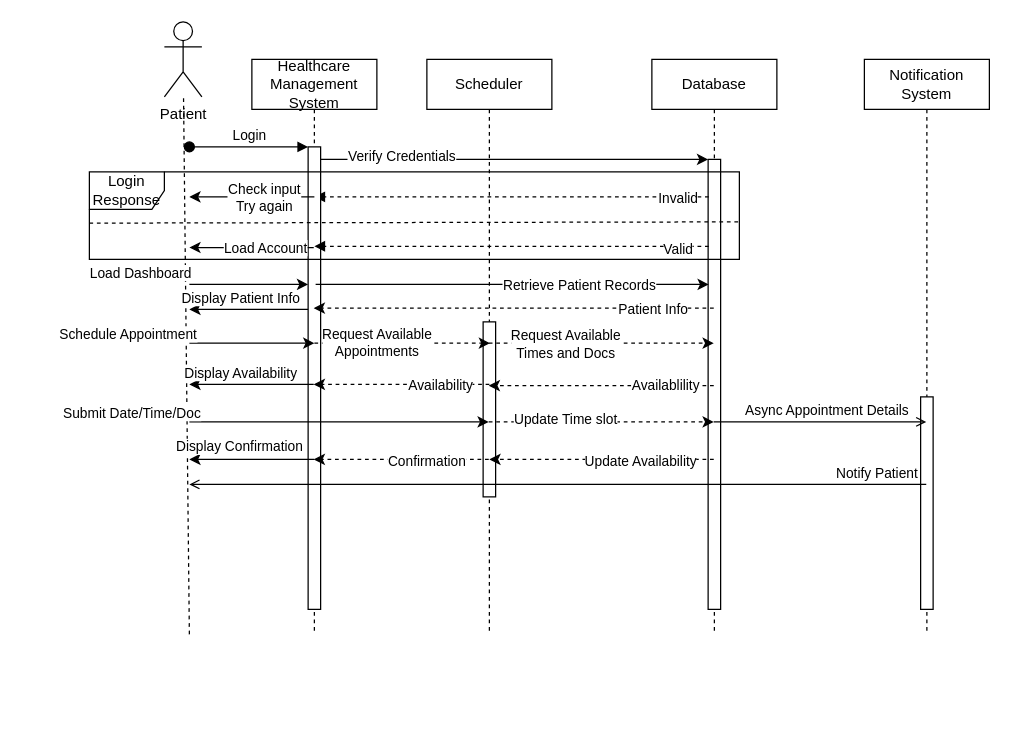
Above: SequenceDiag.drawio in micahsellis/UMLs (draw.io), before the change. Source tidied: cells renumbered, new cells numbered last; positions are measured from the earlier drawing's top-left corner, leaving out a move shared by most shapes. Both pictures are drawn from the tidied source at 125%, with x=0, y=0 at pixel (89, 21).
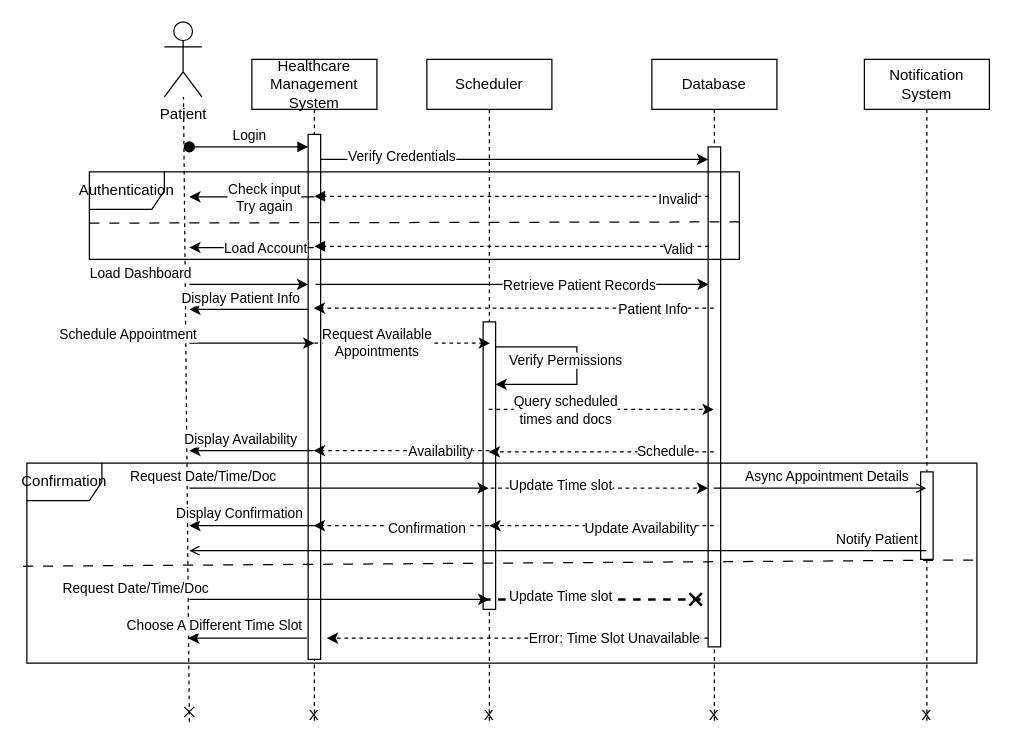
Above is the later version.

Unchanged cells that the change refers to:
```xml
<mxCell id="7" value="Patient" style="shape=umlActor;verticalLabelPosition=bottom;verticalAlign=top;html=1;outlineConnect=0;" parent="1" vertex="1">
  <mxGeometry x="60" width="30" height="60" as="geometry" />
</mxCell>
```

What changed in the source:
```diff
@@
     <mxCell id="2" value="Scheduler" style="shape=umlLifeline;perimeter=lifelinePerimeter;whiteSpace=wrap;html=1;outlineConnect=0;portConstraint=eastwest;newEdgeStyle={&quot;edgeStyle&quot;:&quot;elbowEdgeStyle&quot;,&quot;elbow&quot;:&quot;vertical&quot;,&quot;curved&quot;:0,&quot;rounded&quot;:0};" parent="1" vertex="1">
-      <mxGeometry x="270" y="30" width="100" height="460" as="geometry" />
+      <mxGeometry x="270" y="30" width="100" height="530" as="geometry" />
     </mxCell>
     <mxCell id="3" style="html=1;points=[];perimeter=orthogonalPerimeter;outlineConnect=0;targetShapes=umlLifeline;portConstraint=eastwest;newEdgeStyle={&quot;edgeStyle&quot;:&quot;elbowEdgeStyle&quot;,&quot;elbow&quot;:&quot;vertical&quot;,&quot;curved&quot;:0,&quot;rounded&quot;:0};" parent="2" vertex="1">
-      <mxGeometry x="45" y="210" width="10" height="140" as="geometry" />
+      <mxGeometry x="45" y="210" width="10" height="230" as="geometry" />
     </mxCell>
+    <mxCell id="55" style="endArrow=none;html=1;rounded=0;startArrow=classic;startFill=1;endFill=0;" parent="2" edge="1" source="3" target="3">
+      <mxGeometry relative="1" as="geometry">
+        <Array as="points">
+          <mxPoint x="120" y="260" />
+          <mxPoint x="120" y="230" />
+        </Array>
+      </mxGeometry>
+    </mxCell>
+    <mxCell id="56" value="Verify Permissions" style="edgeLabel;html=1;align=center;verticalAlign=middle;" parent="55" vertex="1">
+      <mxGeometry x="-0.31" y="-2" relative="1" as="geometry">
+        <mxPoint y="-22" as="offset" />
+      </mxGeometry>
+    </mxCell>
     <mxCell id="4" value="Database" style="shape=umlLifeline;perimeter=lifelinePerimeter;whiteSpace=wrap;html=1;newEdgeStyle={&quot;edgeStyle&quot;:&quot;elbowEdgeStyle&quot;,&quot;elbow&quot;:&quot;vertical&quot;,&quot;curved&quot;:0,&quot;rounded&quot;:0};" parent="1" vertex="1">
-      <mxGeometry x="450" y="30" width="100" height="460" as="geometry" />
+      <mxGeometry x="450" y="30" width="100" height="530" as="geometry" />
     </mxCell>
     <mxCell id="5" style="html=1;perimeter=orthogonalPerimeter;targetShapes=umlLifeline;newEdgeStyle={&quot;edgeStyle&quot;:&quot;elbowEdgeStyle&quot;,&quot;elbow&quot;:&quot;vertical&quot;,&quot;curved&quot;:0,&quot;rounded&quot;:0};" parent="4" vertex="1">
-      <mxGeometry x="45" y="80" width="10" height="360" as="geometry" />
+      <mxGeometry x="45" y="70" width="10" height="400" as="geometry" />
     </mxCell>
-    <mxCell id="6" value="Invalid" style="html=1;verticalAlign=bottom;endArrow=block;edgeStyle=elbowEdgeStyle;elbow=horizontal;curved=0;rounded=0;dashed=1;" parent="1" edge="1">
-      <mxGeometry x="-0.84" y="10" relative="1" as="geometry">
-        <mxPoint x="495.5" y="140" as="sourcePoint" />
-        <mxPoint x="180" y="140" as="targetPoint" />
-        <Array as="points">
-          <mxPoint x="370.5" y="140" />
-          <mxPoint x="420.5" y="140" />
-        </Array>
-      </mxGeometry>
-    </mxCell>
@@
     <mxCell id="8" value="Notification System" style="shape=umlLifeline;perimeter=lifelinePerimeter;whiteSpace=wrap;html=1;outlineConnect=0;portConstraint=eastwest;newEdgeStyle={&quot;edgeStyle&quot;:&quot;elbowEdgeStyle&quot;,&quot;elbow&quot;:&quot;vertical&quot;,&quot;curved&quot;:0,&quot;rounded&quot;:0};" parent="1" vertex="1">
-      <mxGeometry x="620" y="30" width="100" height="460" as="geometry" />
+      <mxGeometry x="620" y="30" width="100" height="530" as="geometry" />
     </mxCell>
     <mxCell id="9" style="html=1;perimeter=orthogonalPerimeter;targetShapes=umlLifeline;newEdgeStyle={&quot;edgeStyle&quot;:&quot;elbowEdgeStyle&quot;,&quot;elbow&quot;:&quot;vertical&quot;,&quot;curved&quot;:0,&quot;rounded&quot;:0};" parent="8" vertex="1">
-      <mxGeometry x="45" y="270" width="10" height="170" as="geometry" />
+      <mxGeometry x="45" y="330" width="10" height="70" as="geometry" />
     </mxCell>
     <mxCell id="10" value="Healthcare Management System" style="shape=umlLifeline;perimeter=lifelinePerimeter;whiteSpace=wrap;html=1;outlineConnect=0;portConstraint=eastwest;newEdgeStyle={&quot;edgeStyle&quot;:&quot;elbowEdgeStyle&quot;,&quot;elbow&quot;:&quot;vertical&quot;,&quot;curved&quot;:0,&quot;rounded&quot;:0};" parent="1" vertex="1">
-      <mxGeometry x="130" y="30" width="100" height="460" as="geometry" />
+      <mxGeometry x="130" y="30" width="100" height="530" as="geometry" />
     </mxCell>
     <mxCell id="11" style="html=1;points=[];perimeter=orthogonalPerimeter;outlineConnect=0;targetShapes=umlLifeline;portConstraint=eastwest;newEdgeStyle={&quot;edgeStyle&quot;:&quot;elbowEdgeStyle&quot;,&quot;elbow&quot;:&quot;vertical&quot;,&quot;curved&quot;:0,&quot;rounded&quot;:0};" parent="10" vertex="1">
-      <mxGeometry x="45" y="70" width="10" height="370" as="geometry" />
+      <mxGeometry x="45" y="60" width="10" height="420" as="geometry" />
     </mxCell>
@@
-    <mxCell id="16" value="Login Response" style="shape=umlFrame;whiteSpace=wrap;html=1;" parent="1" vertex="1">
+    <mxCell id="16" value="Authentication" style="shape=umlFrame;whiteSpace=wrap;html=1;" parent="1" vertex="1">
       <mxGeometry y="120" width="520" height="70" as="geometry" />
     </mxCell>
-    <mxCell id="17" style="endArrow=none;dashed=1;html=1;rounded=0;" parent="1" edge="1" target="7">
+    <mxCell id="17" style="endArrow=none;dashed=1;html=1;rounded=0;startArrow=cross;startFill=0;" parent="1" edge="1" target="7">
       <mxGeometry relative="1" as="geometry">
-        <mxPoint x="80" y="490" as="sourcePoint" />
+        <mxPoint x="80" y="560" as="sourcePoint" />
       </mxGeometry>
     </mxCell>
@@
-    <mxCell id="22" style="endArrow=none;dashed=1;html=1;rounded=0;exitX=0;exitY=0.671;exitDx=0;exitDy=0;exitPerimeter=0;" parent="1" edge="1">
+    <mxCell id="22" style="endArrow=none;html=1;rounded=0;exitX=0;exitY=0.671;exitDx=0;exitDy=0;exitPerimeter=0;dashed=1;dashPattern=8 8;" parent="1" edge="1">
       <mxGeometry relative="1" as="geometry">
         <mxPoint y="161" as="sourcePoint" />
         <mxPoint x="520" y="160" as="targetPoint" />
       </mxGeometry>
     </mxCell>
@@
     <mxCell id="34" style="endArrow=classic;html=1;rounded=0;dashed=1;" parent="1" edge="1">
       <mxGeometry relative="1" as="geometry">
-        <mxPoint x="319.5" y="257" as="sourcePoint" />
-        <mxPoint x="499.5" y="257" as="targetPoint" />
+        <mxPoint x="319.5" y="310" as="sourcePoint" />
+        <mxPoint x="499.5" y="310" as="targetPoint" />
       </mxGeometry>
     </mxCell>
-    <mxCell id="35" value="Request Available &lt;br&gt;Times and Docs" style="edgeLabel;html=1;align=center;verticalAlign=middle;" parent="34" vertex="1">
+    <mxCell id="35" value="Query scheduled &lt;br&gt;times and docs" style="edgeLabel;html=1;align=center;verticalAlign=middle;" parent="34" vertex="1">
       <mxGeometry x="0.38" relative="1" as="geometry">
         <mxPoint x="-63" as="offset" />
       </mxGeometry>
     </mxCell>
     <mxCell id="36" style="endArrow=classic;html=1;rounded=0;dashed=1;" parent="1" edge="1">
       <mxGeometry relative="1" as="geometry">
-        <mxPoint x="499.5" y="291" as="sourcePoint" />
-        <mxPoint x="319.5" y="291" as="targetPoint" />
+        <mxPoint x="499.5" y="344" as="sourcePoint" />
+        <mxPoint x="319.5" y="344" as="targetPoint" />
       </mxGeometry>
     </mxCell>
-    <mxCell id="37" value="Availablility" style="edgeLabel;html=1;align=center;verticalAlign=middle;" parent="36" vertex="1">
+    <mxCell id="37" value="Schedule" style="edgeLabel;html=1;align=center;verticalAlign=middle;" parent="36" vertex="1">
       <mxGeometry x="-0.31" y="1" relative="1" as="geometry">
         <mxPoint x="23" y="-2" as="offset" />
       </mxGeometry>
     </mxCell>
     <mxCell id="38" style="endArrow=classic;html=1;rounded=0;dashed=1;" parent="1" edge="1">
       <mxGeometry relative="1" as="geometry">
-        <mxPoint x="320" y="290" as="sourcePoint" />
-        <mxPoint x="179.5" y="290" as="targetPoint" />
+        <mxPoint x="320" y="343" as="sourcePoint" />
+        <mxPoint x="179.5" y="343" as="targetPoint" />
       </mxGeometry>
     </mxCell>
@@
-    <mxCell id="40" style="endArrow=classic;html=1;rounded=0;" parent="1" edge="1" source="10">
+    <mxCell id="40" style="endArrow=classic;html=1;rounded=0;" parent="1" edge="1">
       <mxGeometry relative="1" as="geometry">
-        <mxPoint x="80" y="290" as="targetPoint" />
+        <mxPoint x="179.5" y="343" as="sourcePoint" />
+        <mxPoint x="80" y="343" as="targetPoint" />
       </mxGeometry>
     </mxCell>
@@
-    <mxCell id="42" style="endArrow=classic;html=1;rounded=0;" parent="1" edge="1" target="2">
+    <mxCell id="42" style="endArrow=classic;html=1;rounded=0;" parent="1" edge="1">
       <mxGeometry relative="1" as="geometry">
-        <mxPoint x="80" y="320" as="sourcePoint" />
+        <mxPoint x="80" y="373" as="sourcePoint" />
+        <mxPoint x="319.5" y="373" as="targetPoint" />
       </mxGeometry>
     </mxCell>
-    <mxCell id="43" value="Submit Date/Time/Doc " style="edgeLabel;html=1;align=center;verticalAlign=middle;" parent="42" vertex="1">
+    <mxCell id="43" value="Request Date/Time/Doc " style="edgeLabel;html=1;align=center;verticalAlign=middle;" parent="42" vertex="1">
       <mxGeometry x="-0.38" y="-1" relative="1" as="geometry">
-        <mxPoint x="-121" y="-9" as="offset" />
+        <mxPoint x="-64" y="-11" as="offset" />
       </mxGeometry>
     </mxCell>
     <mxCell id="44" style="endArrow=classic;html=1;rounded=0;dashed=1;" parent="1" edge="1">
       <mxGeometry relative="1" as="geometry">
-        <mxPoint x="319.5" y="320" as="sourcePoint" />
-        <mxPoint x="499.5" y="320" as="targetPoint" />
+        <mxPoint x="315" y="373" as="sourcePoint" />
+        <mxPoint x="495" y="373" as="targetPoint" />
       </mxGeometry>
     </mxCell>
@@
     <mxCell id="46" style="endArrow=classic;html=1;rounded=0;dashed=1;" parent="1" edge="1">
       <mxGeometry relative="1" as="geometry">
-        <mxPoint x="499.5" y="350" as="sourcePoint" />
-        <mxPoint x="320" y="350" as="targetPoint" />
+        <mxPoint x="499.5" y="403" as="sourcePoint" />
+        <mxPoint x="320" y="403" as="targetPoint" />
       </mxGeometry>
     </mxCell>
@@
     <mxCell id="48" style="endArrow=classic;html=1;rounded=0;dashed=1;" parent="1" edge="1">
       <mxGeometry relative="1" as="geometry">
-        <mxPoint x="319.5" y="350" as="sourcePoint" />
-        <mxPoint x="179.5" y="350" as="targetPoint" />
+        <mxPoint x="319.5" y="403" as="sourcePoint" />
+        <mxPoint x="179.5" y="403" as="targetPoint" />
       </mxGeometry>
     </mxCell>
@@
     <mxCell id="50" value="Display Confirmation" style="endArrow=classic;html=1;rounded=0;" parent="1" edge="1">
       <mxGeometry x="0.2" y="-10" relative="1" as="geometry">
-        <mxPoint x="180" y="350" as="sourcePoint" />
-        <mxPoint x="80" y="350" as="targetPoint" />
+        <mxPoint x="180" y="403" as="sourcePoint" />
+        <mxPoint x="80" y="403" as="targetPoint" />
       </mxGeometry>
     </mxCell>
     <mxCell id="51" style="endArrow=open;html=1;rounded=0;endFill=0;" parent="1" edge="1">
       <mxGeometry relative="1" as="geometry">
-        <mxPoint x="499.5" y="320" as="sourcePoint" />
-        <mxPoint x="669.5" y="320" as="targetPoint" />
+        <mxPoint x="499.5" y="373" as="sourcePoint" />
+        <mxPoint x="669.5" y="373" as="targetPoint" />
       </mxGeometry>
     </mxCell>
@@
-    <mxCell id="53" style="endArrow=open;html=1;rounded=0;endFill=0;" parent="1" edge="1" source="8">
+    <mxCell id="53" style="endArrow=open;html=1;rounded=0;endFill=0;" parent="1" edge="1">
       <mxGeometry relative="1" as="geometry">
-        <mxPoint x="80" y="370" as="targetPoint" />
+        <mxPoint x="669.5" y="423" as="sourcePoint" />
+        <mxPoint x="80" y="423" as="targetPoint" />
       </mxGeometry>
     </mxCell>
@@
+    <mxCell id="57" value="Confirmation" style="shape=umlFrame;whiteSpace=wrap;html=1;" parent="1" vertex="1">
+      <mxGeometry x="-50" y="353" width="760" height="160" as="geometry" />
+    </mxCell>
+    <mxCell id="58" style="endArrow=none;html=1;rounded=0;exitX=-0.003;exitY=0.585;exitDx=0;exitDy=0;exitPerimeter=0;entryX=1.001;entryY=0.554;entryDx=0;entryDy=0;entryPerimeter=0;dashed=1;dashPattern=8 8;" parent="1" edge="1">
+      <mxGeometry relative="1" as="geometry">
+        <mxPoint x="-53" y="435.5" as="sourcePoint" />
+        <mxPoint x="710" y="430.5" as="targetPoint" />
+      </mxGeometry>
+    </mxCell>
+    <mxCell id="59" style="endArrow=classic;html=1;rounded=0;" parent="1" edge="1">
+      <mxGeometry relative="1" as="geometry">
+        <mxPoint x="80" y="462" as="sourcePoint" />
+        <mxPoint x="320" y="462" as="targetPoint" />
+      </mxGeometry>
+    </mxCell>
+    <mxCell id="60" value="Request Date/Time/Doc " style="edgeLabel;html=1;align=center;verticalAlign=middle;" parent="59" vertex="1">
+      <mxGeometry x="-0.38" y="-1" relative="1" as="geometry">
+        <mxPoint x="-118" y="-11" as="offset" />
+      </mxGeometry>
+    </mxCell>
+    <mxCell id="61" style="endArrow=cross;html=1;rounded=0;dashed=1;endFill=0;endSize=7;strokeWidth=2;" parent="1" edge="1">
+      <mxGeometry relative="1" as="geometry">
+        <mxPoint x="315" y="462" as="sourcePoint" />
+        <mxPoint x="495" y="462" as="targetPoint" />
+      </mxGeometry>
+    </mxCell>
+    <mxCell id="62" value="Update Time slot" style="edgeLabel;html=1;align=center;verticalAlign=middle;" parent="61" vertex="1">
+      <mxGeometry x="0.36" y="3" relative="1" as="geometry">
+        <mxPoint x="-61" as="offset" />
+      </mxGeometry>
+    </mxCell>
+    <mxCell id="63" value="Error: Time Slot Unavailable" style="endArrow=classic;html=1;rounded=0;dashed=1;" parent="1" edge="1">
+      <mxGeometry x="-0.51" relative="1" as="geometry">
+        <mxPoint x="495" y="493" as="sourcePoint" />
+        <mxPoint x="190" y="493" as="targetPoint" />
+      </mxGeometry>
+    </mxCell>
+    <mxCell id="64" value="Choose A Different Time Slot" style="endArrow=classic;html=1;rounded=0;" parent="1" edge="1">
+      <mxGeometry x="0.56" y="-10" relative="1" as="geometry">
+        <mxPoint x="174" y="493" as="sourcePoint" />
+        <mxPoint x="79" y="493" as="targetPoint" />
+      </mxGeometry>
+    </mxCell>
+    <mxCell id="65" value="X" style="text;html=1;strokeColor=none;fillColor=none;align=center;verticalAlign=middle;whiteSpace=wrap;rounded=0;" parent="1" vertex="1">
+      <mxGeometry x="150" y="540" width="60" height="30" as="geometry" />
+    </mxCell>
+    <mxCell id="66" value="X" style="text;html=1;strokeColor=none;fillColor=none;align=center;verticalAlign=middle;whiteSpace=wrap;rounded=0;" parent="1" vertex="1">
+      <mxGeometry x="290" y="540" width="60" height="30" as="geometry" />
+    </mxCell>
+    <mxCell id="67" value="X" style="text;html=1;strokeColor=none;fillColor=none;align=center;verticalAlign=middle;whiteSpace=wrap;rounded=0;" parent="1" vertex="1">
+      <mxGeometry x="470" y="540" width="60" height="30" as="geometry" />
+    </mxCell>
+    <mxCell id="68" value="X" style="text;html=1;strokeColor=none;fillColor=none;align=center;verticalAlign=middle;whiteSpace=wrap;rounded=0;" parent="1" vertex="1">
+      <mxGeometry x="640" y="540" width="60" height="30" as="geometry" />
+    </mxCell>
+    <mxCell id="6" value="Invalid" style="html=1;verticalAlign=bottom;endArrow=block;edgeStyle=elbowEdgeStyle;elbow=vertical;curved=0;rounded=0;dashed=1;" parent="1" edge="1">
+      <mxGeometry x="-0.84" y="11" relative="1" as="geometry">
+        <mxPoint x="495.5" y="139.5" as="sourcePoint" />
+        <mxPoint x="180" y="139.5" as="targetPoint" />
+        <Array as="points">
+          <mxPoint x="420.5" y="139.5" />
+        </Array>
+      </mxGeometry>
+    </mxCell>
```
